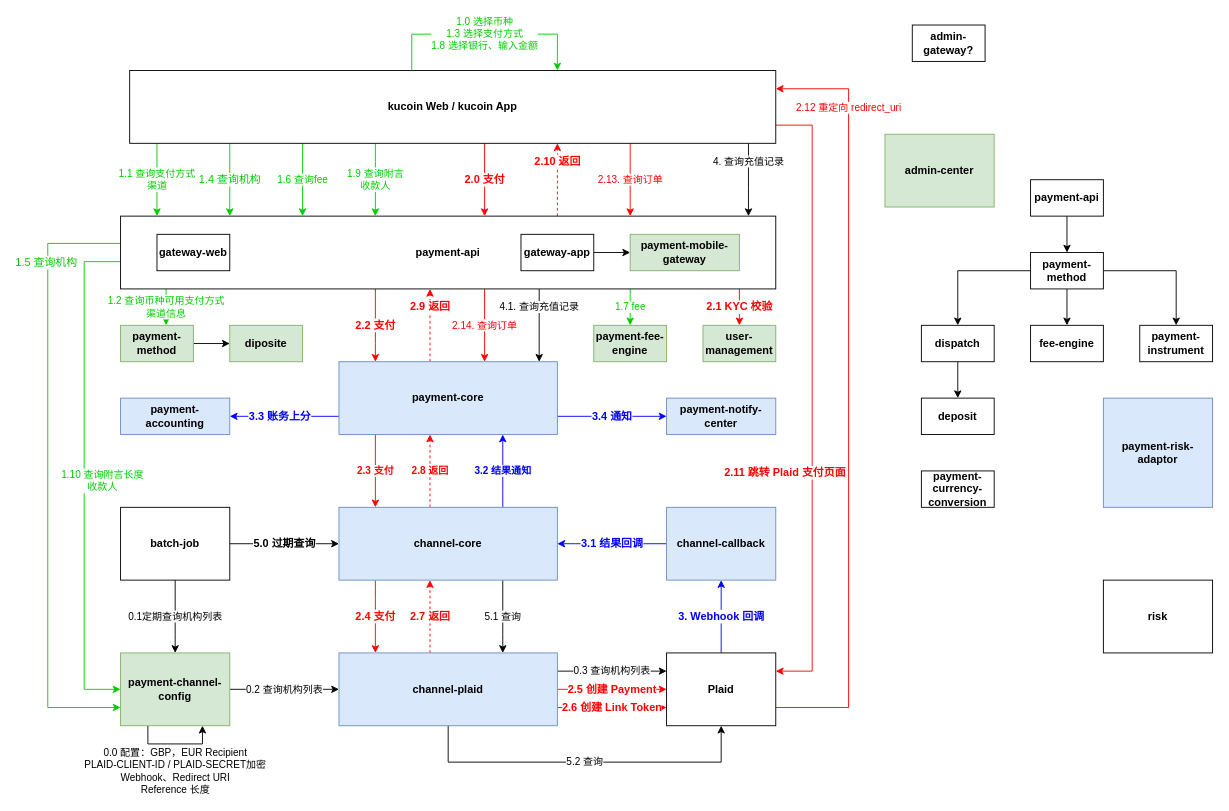
Earlier version of the draw.io diagram page "Plaid" (5 of 5) of 库珀架构.drawio (JudeSheng/design). Source tidied: cells renumbered, new cells numbered last; positions are measured from the earlier drawing's top-left corner, leaving out a move shared by most shapes. Both pictures are drawn from the tidied source at 91%, with x=0, y=0 at pixel (47, 25).
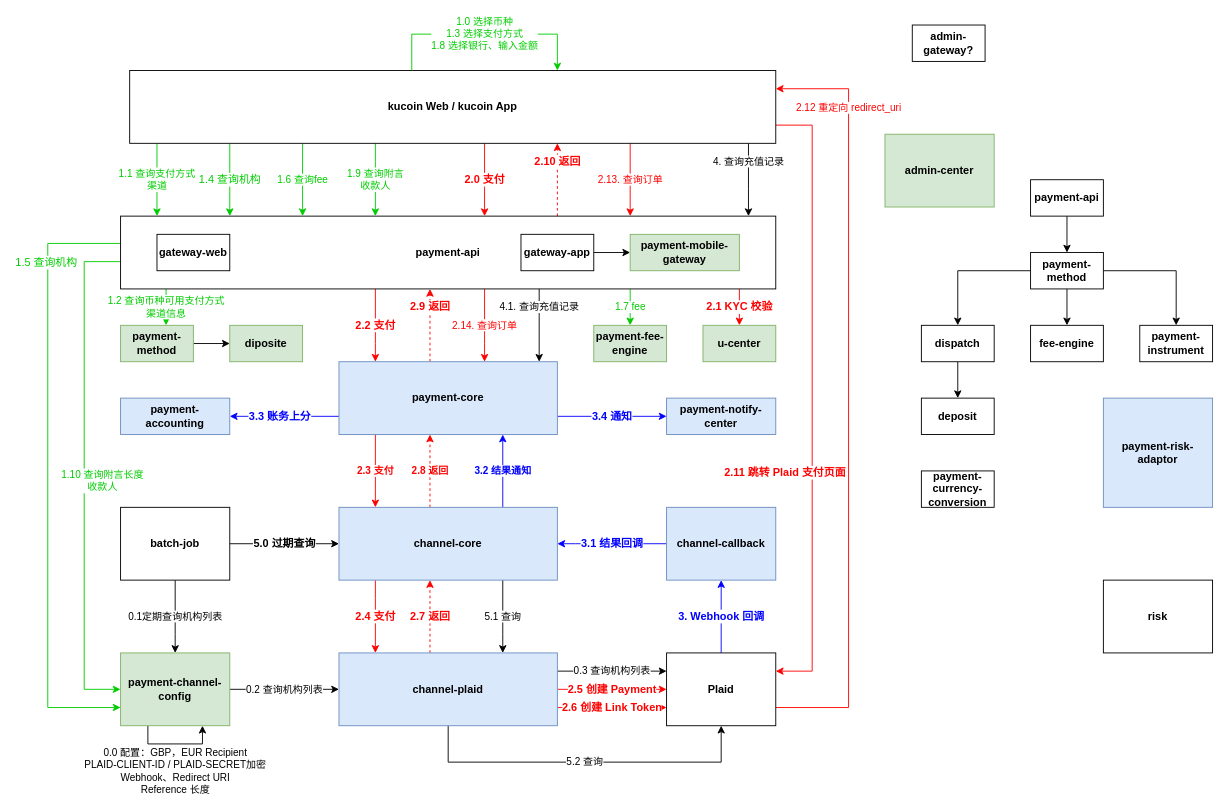
Above is the later version.

Diff of the diagram source:
```diff
@@
-    <mxCell id="44" value="user-management" style="rounded=0;whiteSpace=wrap;html=1;fontStyle=1;fontSize=12;fillColor=#d5e8d4;strokeColor=#82b366;shadow=0;sketch=0;" parent="1" vertex="1">
+    <mxCell id="44" value="u-center" style="rounded=0;whiteSpace=wrap;html=1;fontStyle=1;fontSize=12;fillColor=#d5e8d4;strokeColor=#82b366;shadow=0;sketch=0;" parent="1" vertex="1">
       <mxGeometry x="720" y="330" width="80" height="40" as="geometry" />
     </mxCell>
```
